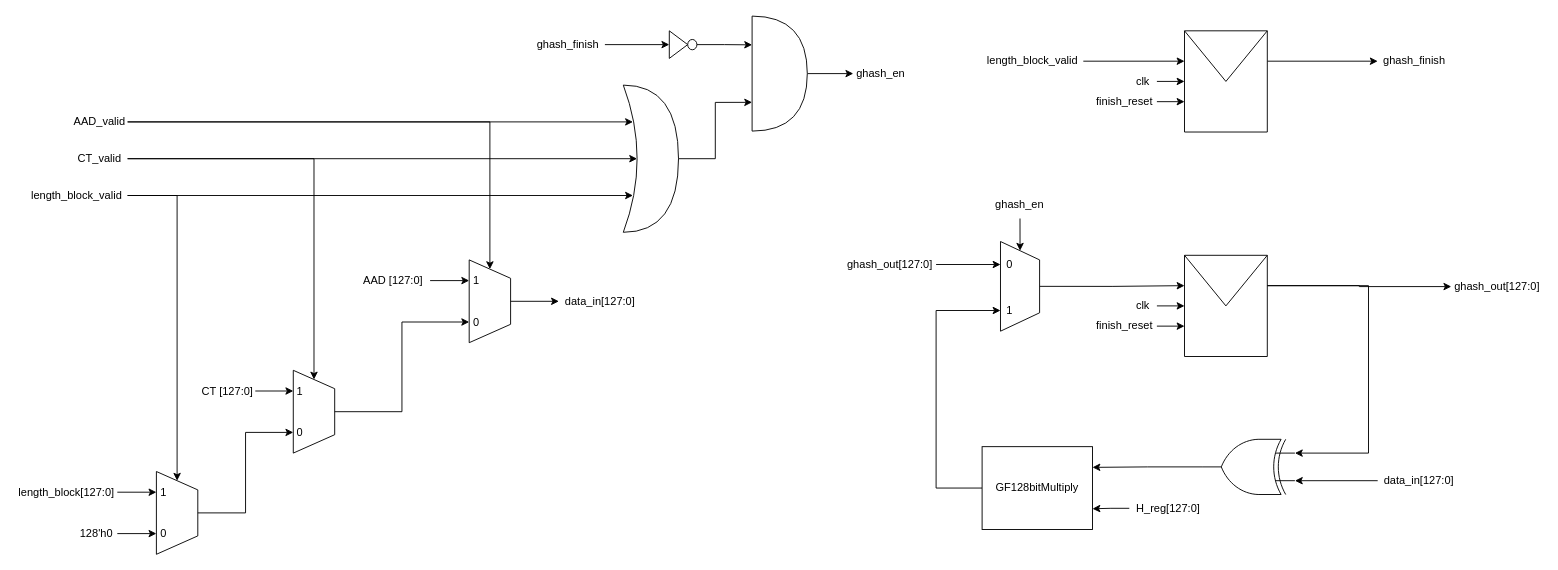
Above: Quang Long/_drawio/GHASH low level.drawio in LQLManZz/AES128-Verilog (draw.io), before the change. Source tidied: cells renumbered, new cells numbered last; positions are measured from the earlier drawing's top-left corner, leaving out a move shared by most shapes. Both pictures are drawn from the tidied source at 92%, with x=0, y=0 at pixel (16, 16).
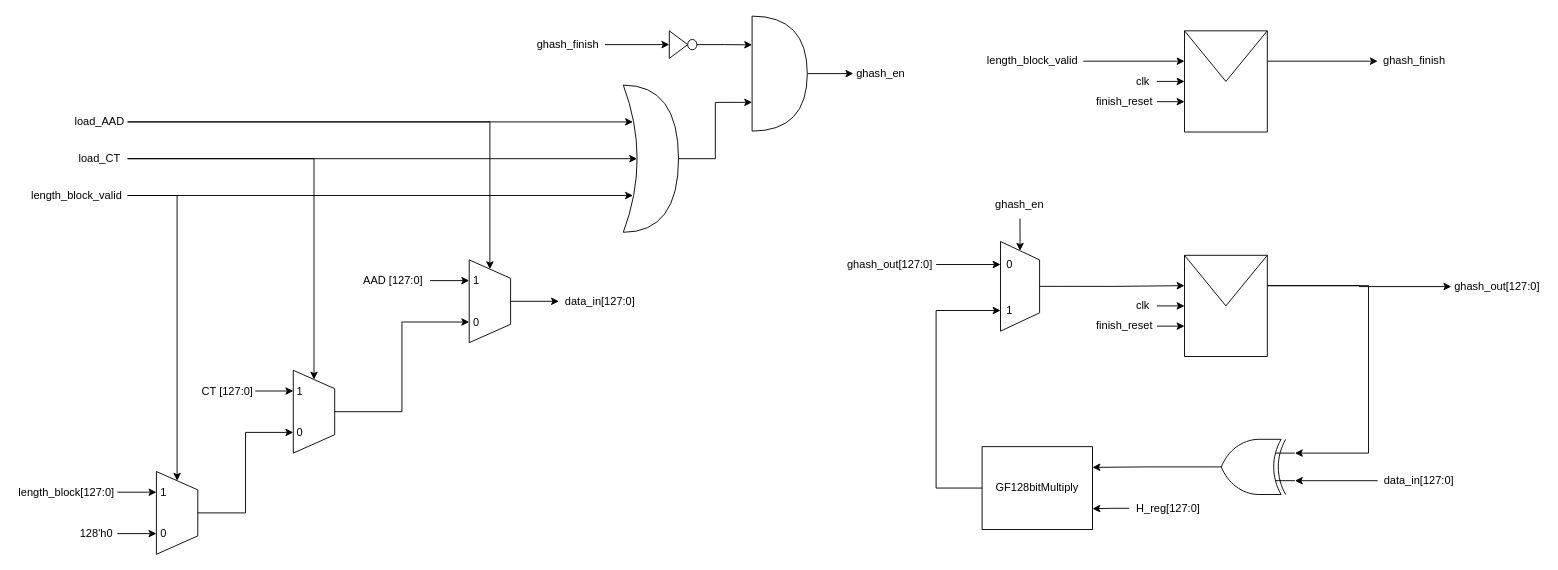
The same diagram, later.

Diff of the diagram source:
```diff
@@
-    <mxCell id="32" value="AAD_valid" style="text;html=1;whiteSpace=wrap;strokeColor=none;fillColor=none;align=center;verticalAlign=middle;rounded=0;" parent="1" vertex="1">
+    <mxCell id="32" value="load_AAD" style="text;html=1;whiteSpace=wrap;strokeColor=none;fillColor=none;align=center;verticalAlign=middle;rounded=0;" parent="1" vertex="1">
       <mxGeometry x="61.2" y="100" width="60" height="30" as="geometry" />
     </mxCell>
@@
-    <mxCell id="42" value="CT_valid" style="text;html=1;whiteSpace=wrap;strokeColor=none;fillColor=none;align=center;verticalAlign=middle;rounded=0;" parent="1" vertex="1">
+    <mxCell id="42" value="load_CT" style="text;html=1;whiteSpace=wrap;strokeColor=none;fillColor=none;align=center;verticalAlign=middle;rounded=0;" parent="1" vertex="1">
       <mxGeometry x="61.2" y="140" width="60" height="30" as="geometry" />
     </mxCell>
```
